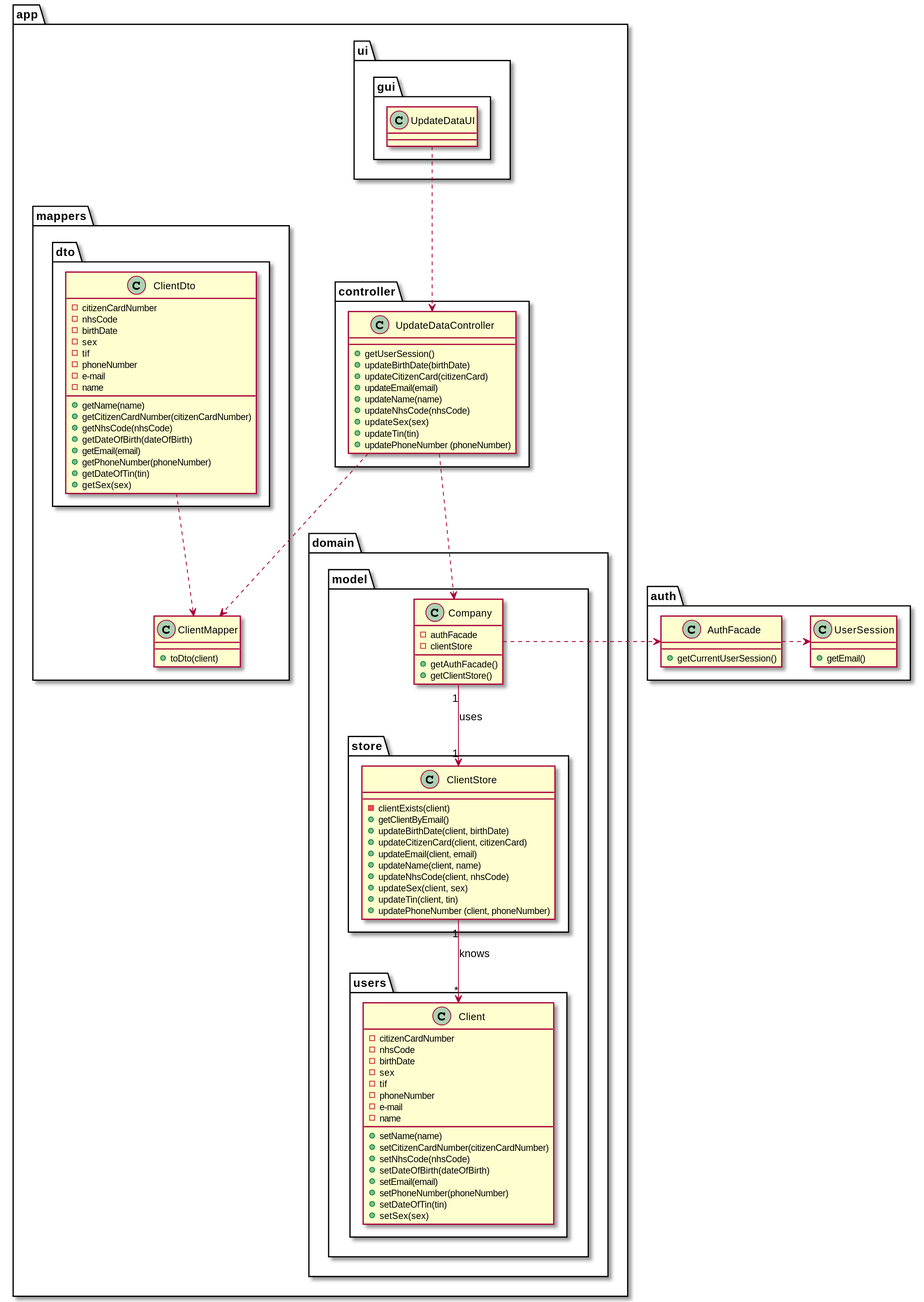
This is docs/SprintD/US02/US02_CD.svg from manu-07-ela/LAPR2_ISEP, a PlantUML export, as it was before one commit.
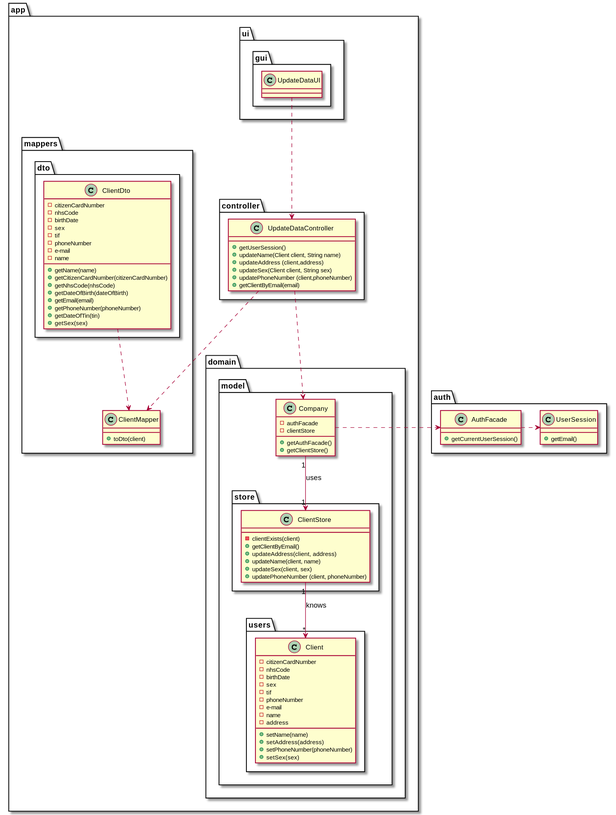
The same file after the commit.

The edit, as a diff of the source:
```diff
@@ -53,13 +53,9 @@
 class ClientStore {
 -clientExists(client)
 +getClientByEmail()
-+updateBirthDate(client, birthDate)
-+updateCitizenCard(client, citizenCard)
-+updateEmail(client, email)
++updateAddress(client, address)
 +updateName(client, name)
-+updateNhsCode(client, nhsCode)
 +updateSex(client, sex)
-+updateTin(client, tin)
 +updatePhoneNumber (client, phoneNumber)
 }
 
@@ -72,14 +68,11 @@
 -phoneNumber
 -e-mail
 -name
+-address
 
 +setName(name)
-+setCitizenCardNumber(citizenCardNumber)
-+setNhsCode(nhsCode)
-+setDateOfBirth(dateOfBirth)
-+setEmail(email)
++setAddress(address)
 +setPhoneNumber(phoneNumber)
-+setDateOfTin(tin)
 +setSex(sex)
 }
 
@@ -110,14 +103,11 @@
 
 class UpdateDataController {
 +getUserSession()
-+updateBirthDate(birthDate)
-+updateCitizenCard(citizenCard)
-+updateEmail(email)
-+updateName(name)
-+updateNhsCode(nhsCode)
-+updateSex(sex)
-+updateTin(tin)
-+updatePhoneNumber (phoneNumber)
++updateName(Client client, String name)
++updateAddress (client,address)
++updateSex(Client client, String sex)
++updatePhoneNumber (client,phoneNumber)
++getClientByEmail(email)
 
 }
 
```
